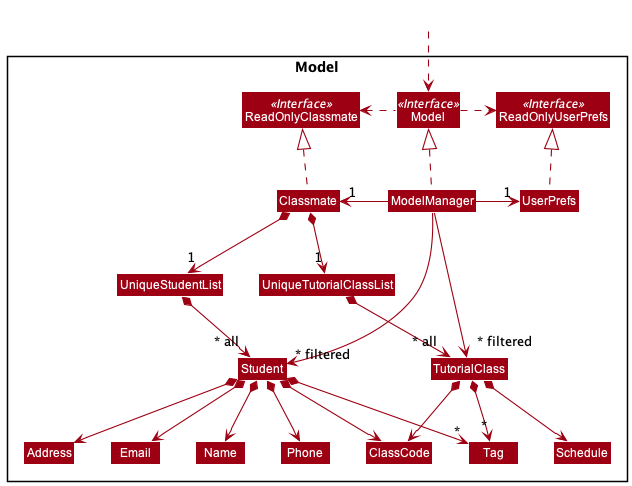
nus-cs2103-AY2122S1/tp keeps this PlantUML diagram as docs/images/ModelClassDiagram.png. Above is the earlier version.
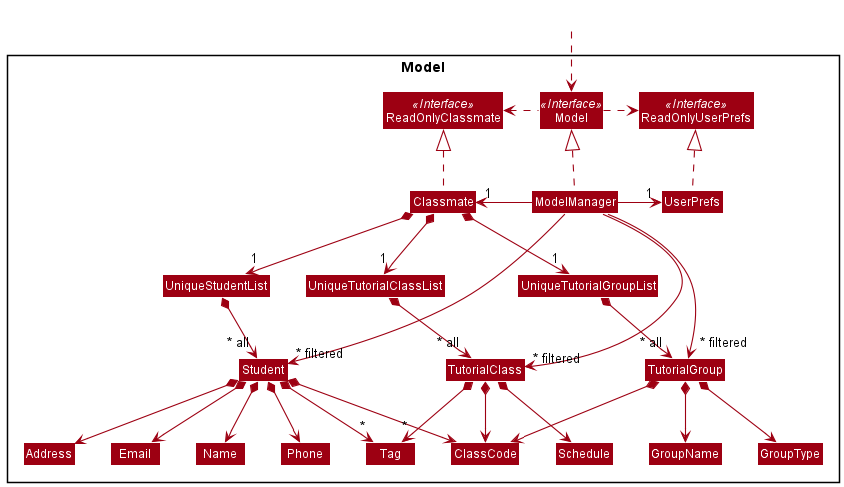
Later version of the same file.

Commit message:
Add TutorialClass to ModeClassDiagram

What changed in the source:
```diff
@@ -18,8 +18,10 @@
 
 Class UniqueStudentList
 Class UniqueTutorialClassList
+Class UniqueTutorialGroupList
+Class Student
 Class TutorialClass
-Class Student
+Class TutorialGroup
 Class Address
 Class Email
 Class Name
@@ -27,6 +29,8 @@
 Class Tag
 Class ClassCode
 Class Schedule
+Class GroupName
+Class GroupType
 
 }
 
@@ -44,8 +48,10 @@
 
 Classmate *--> "1" UniqueStudentList
 Classmate *--> "1" UniqueTutorialClassList
+Classmate *--> "1" UniqueTutorialGroupList
 UniqueStudentList *-down-> "~* all" Student
 UniqueTutorialClassList *-down-> "~* all" TutorialClass
+UniqueTutorialGroupList *-down-> "~* all" TutorialGroup
 Student *--> Name
 Student *--> Phone
 Student *--> Email
@@ -55,6 +61,9 @@
 TutorialClass *--> ClassCode
 TutorialClass *--> "*" Tag
 TutorialClass *--> Schedule
+TutorialGroup *--> GroupName
+TutorialGroup *--> ClassCode
+TutorialGroup *--> GroupType
 
 Name -[hidden]right-> Phone
 Phone -[hidden]right-> Address
@@ -62,4 +71,5 @@
 
 ModelManager -->"~* filtered" Student
 ModelManager -->"~* filtered" TutorialClass
+ModelManager --->"~* filtered" TutorialGroup
 @enduml
```
